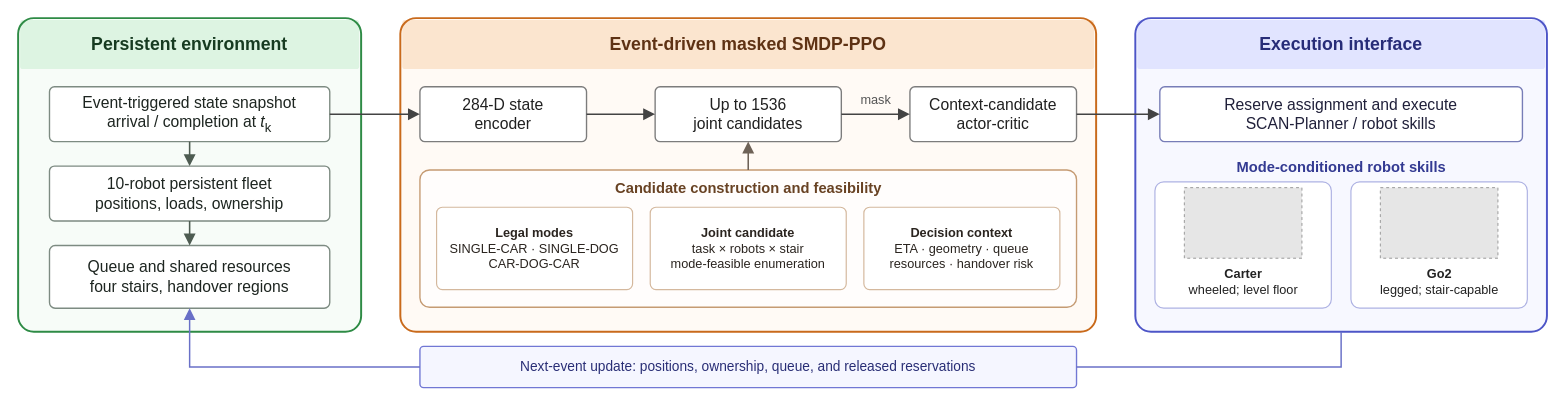
Kobe24forever263/work keeps this draw.io diagram as examples/manuscript/figures/architecture_drawio.drawio. Above is the earlier version. Source tidied: cells renumbered, new cells numbered last; positions are measured from the earlier drawing's top-left corner, leaving out a move shared by most shapes. Both pictures are drawn from the tidied source at 98%, with x=0, y=0 at pixel (18, 18). Pictures stored in the file or linked from it are replaced by grey dashed boxes.
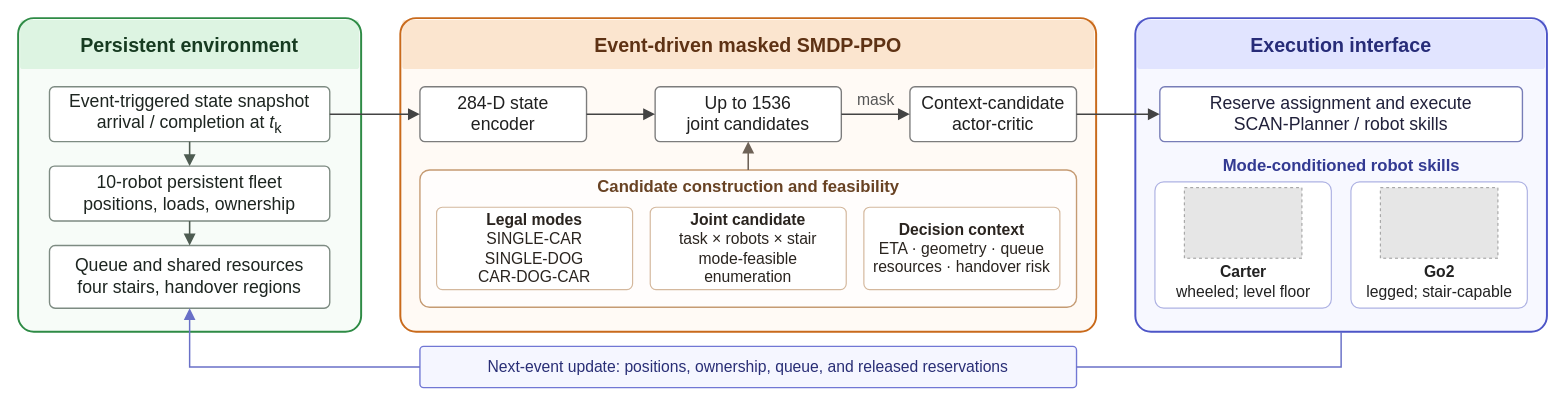
The same diagram, later.

What changed in the source:
```diff
@@
-    <mxCell id="5" value="&lt;b&gt;Persistent environment&lt;/b&gt;" style="rounded=1;arcSize=6;whiteSpace=wrap;html=1;fillColor=#DDF4E2;strokeColor=none;fontFamily=Helvetica;fontSize=18;fontColor=#173B21;align=center;verticalAlign=middle;" parent="1" vertex="1">
+    <mxCell id="5" value="&lt;b&gt;Persistent environment&lt;/b&gt;" style="rounded=1;arcSize=6;whiteSpace=wrap;html=1;fillColor=#DDF4E2;strokeColor=none;fontFamily=Helvetica;fontSize=20;fontColor=#173B21;align=center;verticalAlign=middle;" parent="1" vertex="1">
       <mxGeometry x="2" y="2" width="346" height="50" as="geometry" />
     </mxCell>
-    <mxCell id="6" value="&lt;b&gt;Event-driven masked SMDP-PPO&lt;/b&gt;" style="rounded=1;arcSize=6;whiteSpace=wrap;html=1;fillColor=#FBE5CF;strokeColor=none;fontFamily=Helvetica;fontSize=18;fontColor=#5E3214;align=center;verticalAlign=middle;" parent="1" vertex="1">
+    <mxCell id="6" value="&lt;b&gt;Event-driven masked SMDP-PPO&lt;/b&gt;" style="rounded=1;arcSize=6;whiteSpace=wrap;html=1;fillColor=#FBE5CF;strokeColor=none;fontFamily=Helvetica;fontSize=20;fontColor=#5E3214;align=center;verticalAlign=middle;" parent="1" vertex="1">
       <mxGeometry x="392" y="2" width="706" height="50" as="geometry" />
     </mxCell>
-    <mxCell id="7" value="&lt;b&gt;Execution interface&lt;/b&gt;" style="rounded=1;arcSize=6;whiteSpace=wrap;html=1;fillColor=#E1E4FF;strokeColor=none;fontFamily=Helvetica;fontSize=18;fontColor=#272C78;align=center;verticalAlign=middle;" parent="1" vertex="1">
+    <mxCell id="7" value="&lt;b&gt;Execution interface&lt;/b&gt;" style="rounded=1;arcSize=6;whiteSpace=wrap;html=1;fillColor=#E1E4FF;strokeColor=none;fontFamily=Helvetica;fontSize=20;fontColor=#272C78;align=center;verticalAlign=middle;" parent="1" vertex="1">
       <mxGeometry x="1142" y="2" width="416" height="50" as="geometry" />
     </mxCell>
@@
-    <mxCell id="11" value="Event-triggered state snapshot&lt;br&gt;arrival / completion at &lt;i&gt;t&lt;/i&gt;&lt;sub&gt;k&lt;/sub&gt;" style="rounded=1;arcSize=9;whiteSpace=wrap;html=1;fillColor=#FFFFFF;strokeColor=#7D8B82;strokeWidth=1.4;fontFamily=Helvetica;fontSize=16;fontColor=#1D2520;align=center;verticalAlign=middle;spacing=6;" parent="1" vertex="1">
+    <mxCell id="11" value="Event-triggered state snapshot&lt;br&gt;arrival / completion at &lt;i&gt;t&lt;/i&gt;&lt;sub&gt;k&lt;/sub&gt;" style="rounded=1;arcSize=9;whiteSpace=wrap;html=1;fillColor=#FFFFFF;strokeColor=#7D8B82;strokeWidth=1.4;fontFamily=Helvetica;fontSize=18;fontColor=#1D2520;align=center;verticalAlign=middle;spacing=6;" parent="1" vertex="1">
       <mxGeometry x="32" y="70" width="286" height="56" as="geometry" />
     </mxCell>
-    <mxCell id="12" value="10-robot persistent fleet&lt;br&gt;positions, loads, ownership" style="rounded=1;arcSize=9;whiteSpace=wrap;html=1;fillColor=#FFFFFF;strokeColor=#7D8B82;strokeWidth=1.4;fontFamily=Helvetica;fontSize=16;fontColor=#1D2520;align=center;verticalAlign=middle;spacing=6;" parent="1" vertex="1">
+    <mxCell id="12" value="10-robot persistent fleet&lt;br&gt;positions, loads, ownership" style="rounded=1;arcSize=9;whiteSpace=wrap;html=1;fillColor=#FFFFFF;strokeColor=#7D8B82;strokeWidth=1.4;fontFamily=Helvetica;fontSize=18;fontColor=#1D2520;align=center;verticalAlign=middle;spacing=6;" parent="1" vertex="1">
       <mxGeometry x="32" y="151" width="286" height="56" as="geometry" />
     </mxCell>
-    <mxCell id="13" value="Queue and shared resources&lt;br&gt;four stairs, handover regions" style="rounded=1;arcSize=9;whiteSpace=wrap;html=1;fillColor=#FFFFFF;strokeColor=#7D8B82;strokeWidth=1.4;fontFamily=Helvetica;fontSize=16;fontColor=#1D2520;align=center;verticalAlign=middle;spacing=6;" parent="1" vertex="1">
+    <mxCell id="13" value="Queue and shared resources&lt;br&gt;four stairs, handover regions" style="rounded=1;arcSize=9;whiteSpace=wrap;html=1;fillColor=#FFFFFF;strokeColor=#7D8B82;strokeWidth=1.4;fontFamily=Helvetica;fontSize=18;fontColor=#1D2520;align=center;verticalAlign=middle;spacing=6;" parent="1" vertex="1">
       <mxGeometry x="32" y="232" width="286" height="64" as="geometry" />
     </mxCell>
-    <mxCell id="14" value="284-D state&lt;br&gt;encoder" style="rounded=1;arcSize=9;whiteSpace=wrap;html=1;fillColor=#FFFFFF;strokeColor=#7C7C7C;strokeWidth=1.4;fontFamily=Helvetica;fontSize=16;fontColor=#202020;align=center;verticalAlign=middle;spacing=6;" parent="1" vertex="1">
+    <mxCell id="14" value="284-D state&lt;br&gt;encoder" style="rounded=1;arcSize=9;whiteSpace=wrap;html=1;fillColor=#FFFFFF;strokeColor=#7C7C7C;strokeWidth=1.4;fontFamily=Helvetica;fontSize=18;fontColor=#202020;align=center;verticalAlign=middle;spacing=6;" parent="1" vertex="1">
       <mxGeometry x="410" y="70" width="170" height="56" as="geometry" />
     </mxCell>
-    <mxCell id="15" value="Up to 1536&lt;br&gt;joint candidates" style="rounded=1;arcSize=9;whiteSpace=wrap;html=1;fillColor=#FFFFFF;strokeColor=#7C7C7C;strokeWidth=1.4;fontFamily=Helvetica;fontSize=16;fontColor=#202020;align=center;verticalAlign=middle;spacing=6;" parent="1" vertex="1">
+    <mxCell id="15" value="Up to 1536&lt;br&gt;joint candidates" style="rounded=1;arcSize=9;whiteSpace=wrap;html=1;fillColor=#FFFFFF;strokeColor=#7C7C7C;strokeWidth=1.4;fontFamily=Helvetica;fontSize=18;fontColor=#202020;align=center;verticalAlign=middle;spacing=6;" parent="1" vertex="1">
       <mxGeometry x="650" y="70" width="190" height="56" as="geometry" />
     </mxCell>
-    <mxCell id="16" value="Context-candidate&lt;br&gt;actor-critic" style="rounded=1;arcSize=9;whiteSpace=wrap;html=1;fillColor=#FFFFFF;strokeColor=#7C7C7C;strokeWidth=1.4;fontFamily=Helvetica;fontSize=16;fontColor=#202020;align=center;verticalAlign=middle;spacing=6;" parent="1" vertex="1">
+    <mxCell id="16" value="Context-candidate&lt;br&gt;actor-critic" style="rounded=1;arcSize=9;whiteSpace=wrap;html=1;fillColor=#FFFFFF;strokeColor=#7C7C7C;strokeWidth=1.4;fontFamily=Helvetica;fontSize=18;fontColor=#202020;align=center;verticalAlign=middle;spacing=6;" parent="1" vertex="1">
       <mxGeometry x="910" y="70" width="170" height="56" as="geometry" />
     </mxCell>
-    <mxCell id="17" value="mask" style="text;html=1;strokeColor=none;fillColor=none;align=center;verticalAlign=middle;fontFamily=Helvetica;fontSize=13;fontColor=#555555;" parent="1" vertex="1">
+    <mxCell id="17" value="mask" style="text;html=1;strokeColor=none;fillColor=none;align=center;verticalAlign=middle;fontFamily=Helvetica;fontSize=16;fontColor=#555555;" parent="1" vertex="1">
       <mxGeometry x="845" y="72" width="60" height="22" as="geometry" />
     </mxCell>
@@
-    <mxCell id="19" value="&lt;b&gt;Candidate construction and feasibility&lt;/b&gt;" style="text;html=1;strokeColor=none;fillColor=none;align=center;verticalAlign=middle;fontFamily=Helvetica;fontSize=15;fontColor=#684223;" parent="1" vertex="1">
+    <mxCell id="19" value="&lt;b&gt;Candidate construction and feasibility&lt;/b&gt;" style="text;html=1;strokeColor=none;fillColor=none;align=center;verticalAlign=middle;fontFamily=Helvetica;fontSize=17;fontColor=#684223;" parent="1" vertex="1">
       <mxGeometry x="430" y="162" width="630" height="22" as="geometry" />
     </mxCell>
-    <mxCell id="20" value="&lt;b&gt;Legal modes&lt;/b&gt;&lt;br&gt;SINGLE-CAR · SINGLE-DOG&lt;br&gt;CAR-DOG-CAR" style="rounded=1;arcSize=7;whiteSpace=wrap;html=1;fillColor=#FFFFFF;strokeColor=#D4B89D;strokeWidth=1.2;fontFamily=Helvetica;fontSize=13;fontColor=#2A241F;align=center;verticalAlign=middle;spacing=5;" parent="1" vertex="1">
+    <mxCell id="20" value="&lt;b&gt;Legal modes&lt;/b&gt;&lt;br&gt;SINGLE-CAR&lt;br&gt;SINGLE-DOG&lt;br&gt;CAR-DOG-CAR" style="rounded=1;arcSize=7;whiteSpace=wrap;html=1;fillColor=#FFFFFF;strokeColor=#D4B89D;strokeWidth=1.2;fontFamily=Helvetica;fontSize=16;fontColor=#2A241F;align=center;verticalAlign=middle;spacing=5;" parent="1" vertex="1">
       <mxGeometry x="427" y="193" width="200" height="84" as="geometry" />
     </mxCell>
-    <mxCell id="21" value="&lt;b&gt;Joint candidate&lt;/b&gt;&lt;br&gt;task × robots × stair&lt;br&gt;mode-feasible enumeration" style="rounded=1;arcSize=7;whiteSpace=wrap;html=1;fillColor=#FFFFFF;strokeColor=#D4B89D;strokeWidth=1.2;fontFamily=Helvetica;fontSize=13;fontColor=#2A241F;align=center;verticalAlign=middle;spacing=5;" parent="1" vertex="1">
+    <mxCell id="21" value="&lt;b&gt;Joint candidate&lt;/b&gt;&lt;br&gt;task × robots × stair&lt;br&gt;mode-feasible enumeration" style="rounded=1;arcSize=7;whiteSpace=wrap;html=1;fillColor=#FFFFFF;strokeColor=#D4B89D;strokeWidth=1.2;fontFamily=Helvetica;fontSize=16;fontColor=#2A241F;align=center;verticalAlign=middle;spacing=5;" parent="1" vertex="1">
       <mxGeometry x="645" y="193" width="200" height="84" as="geometry" />
     </mxCell>
-    <mxCell id="22" value="&lt;b&gt;Decision context&lt;/b&gt;&lt;br&gt;ETA · geometry · queue&lt;br&gt;resources · handover risk" style="rounded=1;arcSize=7;whiteSpace=wrap;html=1;fillColor=#FFFFFF;strokeColor=#D4B89D;strokeWidth=1.2;fontFamily=Helvetica;fontSize=13;fontColor=#2A241F;align=center;verticalAlign=middle;spacing=5;" parent="1" vertex="1">
+    <mxCell id="22" value="&lt;b&gt;Decision context&lt;/b&gt;&lt;br&gt;ETA · geometry · queue&lt;br&gt;resources · handover risk" style="rounded=1;arcSize=7;whiteSpace=wrap;html=1;fillColor=#FFFFFF;strokeColor=#D4B89D;strokeWidth=1.2;fontFamily=Helvetica;fontSize=16;fontColor=#2A241F;align=center;verticalAlign=middle;spacing=5;" parent="1" vertex="1">
       <mxGeometry x="863" y="193" width="200" height="84" as="geometry" />
     </mxCell>
-    <mxCell id="23" value="Reserve assignment and execute&lt;br&gt;SCAN-Planner / robot skills" style="rounded=1;arcSize=9;whiteSpace=wrap;html=1;fillColor=#FFFFFF;strokeColor=#777DB7;strokeWidth=1.4;fontFamily=Helvetica;fontSize=16;fontColor=#20203A;align=center;verticalAlign=middle;spacing=6;" parent="1" vertex="1">
+    <mxCell id="23" value="Reserve assignment and execute&lt;br&gt;SCAN-Planner / robot skills" style="rounded=1;arcSize=9;whiteSpace=wrap;html=1;fillColor=#FFFFFF;strokeColor=#777DB7;strokeWidth=1.4;fontFamily=Helvetica;fontSize=18;fontColor=#20203A;align=center;verticalAlign=middle;spacing=6;" parent="1" vertex="1">
       <mxGeometry x="1165" y="70" width="370" height="56" as="geometry" />
     </mxCell>
-    <mxCell id="24" value="&lt;b&gt;Mode-conditioned robot skills&lt;/b&gt;" style="text;html=1;strokeColor=none;fillColor=none;align=center;verticalAlign=middle;fontFamily=Helvetica;fontSize=15;fontColor=#333A92;" parent="1" vertex="1">
+    <mxCell id="24" value="&lt;b&gt;Mode-conditioned robot skills&lt;/b&gt;" style="text;html=1;strokeColor=none;fillColor=none;align=center;verticalAlign=middle;fontFamily=Helvetica;fontSize=17;fontColor=#333A92;" parent="1" vertex="1">
       <mxGeometry x="1170" y="139" width="360" height="24" as="geometry" />
     </mxCell>
@@
-    <mxCell id="29" value="&lt;b&gt;Carter&lt;/b&gt;&lt;br&gt;wheeled; level floor" style="text;html=1;strokeColor=none;fillColor=none;align=center;verticalAlign=middle;fontFamily=Helvetica;fontSize=13;fontColor=#222222;" parent="1" vertex="1">
+    <mxCell id="29" value="&lt;b&gt;Carter&lt;/b&gt;&lt;br&gt;wheeled; level floor" style="text;html=1;strokeColor=none;fillColor=none;align=center;verticalAlign=middle;fontFamily=Helvetica;fontSize=16;fontColor=#222222;" parent="1" vertex="1">
       <mxGeometry x="1165" y="249" width="170" height="40" as="geometry" />
     </mxCell>
-    <mxCell id="30" value="&lt;b&gt;Go2&lt;/b&gt;&lt;br&gt;legged; stair-capable" style="text;html=1;strokeColor=none;fillColor=none;align=center;verticalAlign=middle;fontFamily=Helvetica;fontSize=13;fontColor=#222222;" parent="1" vertex="1">
+    <mxCell id="30" value="&lt;b&gt;Go2&lt;/b&gt;&lt;br&gt;legged; stair-capable" style="text;html=1;strokeColor=none;fillColor=none;align=center;verticalAlign=middle;fontFamily=Helvetica;fontSize=16;fontColor=#222222;" parent="1" vertex="1">
       <mxGeometry x="1365" y="249" width="170" height="40" as="geometry" />
     </mxCell>
-    <mxCell id="31" value="Next-event update: positions, ownership, queue, and released reservations" style="rounded=1;arcSize=9;whiteSpace=wrap;html=1;fillColor=#F5F6FF;strokeColor=#7177D4;strokeWidth=1.4;fontFamily=Helvetica;fontSize=14;fontColor=#292E76;align=center;verticalAlign=middle;spacing=6;" parent="1" vertex="1">
+    <mxCell id="31" value="Next-event update: positions, ownership, queue, and released reservations" style="rounded=1;arcSize=9;whiteSpace=wrap;html=1;fillColor=#F5F6FF;strokeColor=#7177D4;strokeWidth=1.4;fontFamily=Helvetica;fontSize=16;fontColor=#292E76;align=center;verticalAlign=middle;spacing=6;" parent="1" vertex="1">
       <mxGeometry x="410" y="335" width="670" height="42" as="geometry" />
     </mxCell>
```
